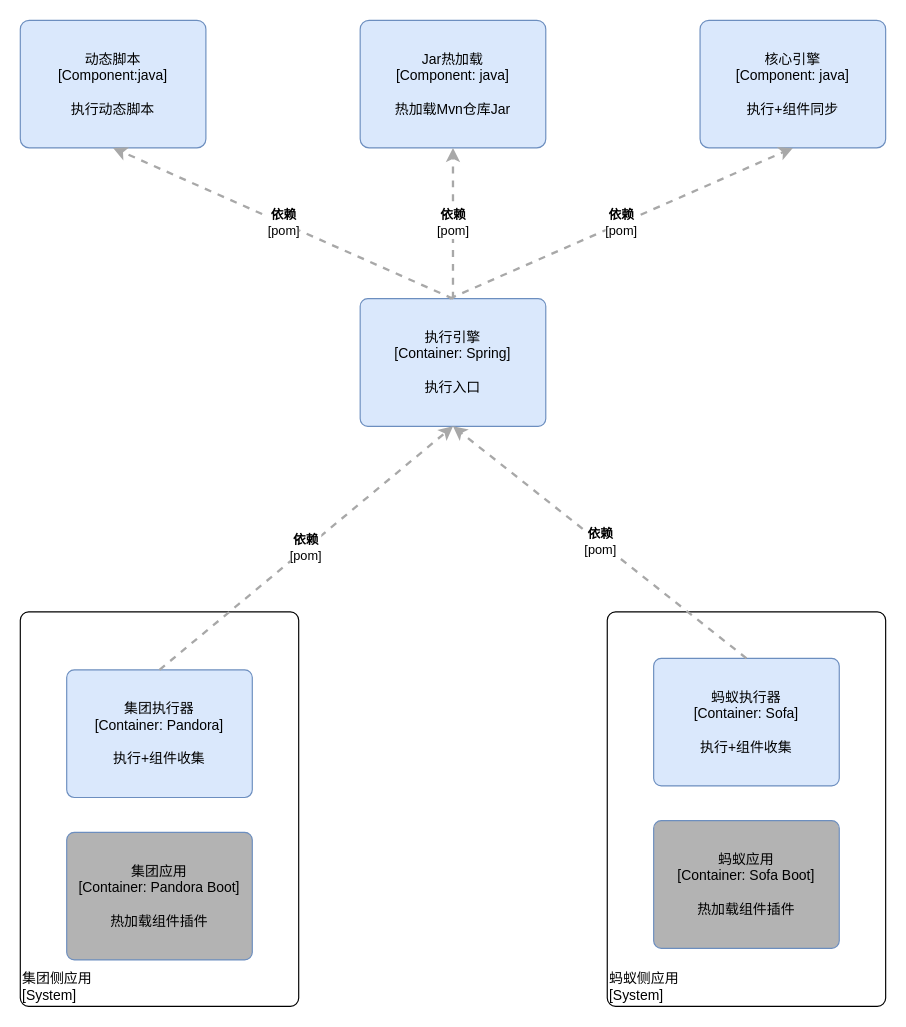
Before: 执行器组件图.drawio in JimmyKsdas/TestPlantForm, a draw.io diagram. Source tidied: cells renumbered, new cells numbered last; positions are measured from the earlier drawing's top-left corner, leaving out a move shared by most shapes. Both pictures are drawn from the tidied source at 116%, with x=0, y=0 at pixel (20, 20).
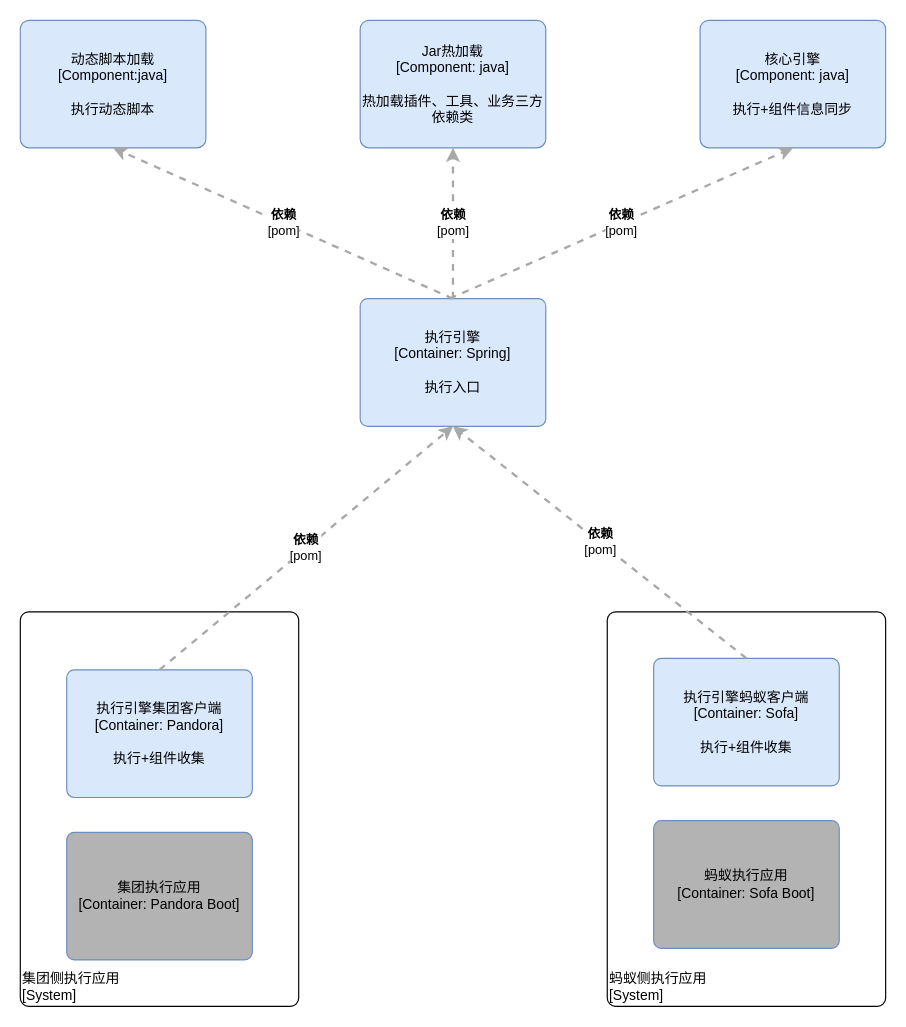
Above is the later version.

Commit message:
Update 执行器组件图.drawio

Change to the diagram source:
```diff
@@
 <mxGraphModel>
   <root>
     <mxCell id="0" />
     <mxCell id="1" parent="0" />
-    <mxCell id="2" value="动态脚本&lt;br&gt;&lt;div&gt;[Component:java&lt;span&gt;]&lt;/span&gt;&lt;/div&gt;&lt;div&gt;&lt;br&gt;&lt;/div&gt;&lt;div&gt;执行动态脚本&lt;/div&gt;" style="rounded=1;whiteSpace=wrap;html=1;labelBackgroundColor=none;fillColor=#dae8fc;fontColor=#000000;align=center;arcSize=7;strokeColor=#6c8ebf;" parent="1" vertex="1">
+    <mxCell id="2" value="动态脚本加载&lt;br&gt;&lt;div&gt;[Component:java&lt;span&gt;]&lt;/span&gt;&lt;/div&gt;&lt;div&gt;&lt;br&gt;&lt;/div&gt;&lt;div&gt;执行动态脚本&lt;/div&gt;" style="rounded=1;whiteSpace=wrap;html=1;labelBackgroundColor=none;fillColor=#dae8fc;fontColor=#000000;align=center;arcSize=7;strokeColor=#6c8ebf;" parent="1" vertex="1">
       <mxGeometry width="160" height="110" as="geometry" />
     </mxCell>
-    <mxCell id="3" value="Jar热加载&lt;br&gt;&lt;div&gt;[Component: java&lt;span&gt;]&lt;/span&gt;&lt;/div&gt;&lt;div&gt;&lt;br&gt;&lt;/div&gt;&lt;div&gt;热加载Mvn仓库Jar&lt;/div&gt;" style="rounded=1;whiteSpace=wrap;html=1;labelBackgroundColor=none;fillColor=#dae8fc;fontColor=#000000;align=center;arcSize=7;strokeColor=#6c8ebf;" parent="1" vertex="1">
+    <mxCell id="3" value="Jar热加载&lt;br&gt;&lt;div&gt;[Component: java&lt;span&gt;]&lt;/span&gt;&lt;/div&gt;&lt;div&gt;&lt;br&gt;&lt;/div&gt;&lt;div&gt;热加载插件、工具、业务三方依赖类&lt;/div&gt;" style="rounded=1;whiteSpace=wrap;html=1;labelBackgroundColor=none;fillColor=#dae8fc;fontColor=#000000;align=center;arcSize=7;strokeColor=#6c8ebf;" parent="1" vertex="1">
       <mxGeometry x="293" width="160" height="110" as="geometry" />
     </mxCell>
-    <mxCell id="4" value="核心引擎&lt;br&gt;&lt;div&gt;[Component: java&lt;span&gt;]&lt;/span&gt;&lt;/div&gt;&lt;div&gt;&lt;br&gt;&lt;/div&gt;&lt;div&gt;执行+组件同步&lt;/div&gt;" style="rounded=1;whiteSpace=wrap;html=1;labelBackgroundColor=none;fillColor=#dae8fc;fontColor=#000000;align=center;arcSize=7;strokeColor=#6c8ebf;" parent="1" vertex="1">
+    <mxCell id="4" value="核心引擎&lt;br&gt;&lt;div&gt;[Component: java&lt;span&gt;]&lt;/span&gt;&lt;/div&gt;&lt;div&gt;&lt;br&gt;&lt;/div&gt;&lt;div&gt;执行+组件信息同步&lt;/div&gt;" style="rounded=1;whiteSpace=wrap;html=1;labelBackgroundColor=none;fillColor=#dae8fc;fontColor=#000000;align=center;arcSize=7;strokeColor=#6c8ebf;" parent="1" vertex="1">
       <mxGeometry x="586" width="160" height="110" as="geometry" />
     </mxCell>
     <mxCell id="5" value="&lt;span&gt;执行引擎&lt;br&gt;&lt;/span&gt;&lt;div&gt;[Container: Spring&lt;span&gt;]&lt;/span&gt;&lt;/div&gt;&lt;div&gt;&lt;br&gt;&lt;/div&gt;&lt;div&gt;执行入口&lt;/div&gt;" style="rounded=1;whiteSpace=wrap;html=1;labelBackgroundColor=none;fillColor=#dae8fc;fontColor=#000000;align=center;arcSize=6;strokeColor=#6c8ebf;" parent="1" vertex="1">
       <mxGeometry x="293" y="240" width="160" height="110" as="geometry" />
     </mxCell>
-    <mxCell id="6" value="&lt;div style=&quot;text-align: left&quot;&gt;集团侧应用&lt;/div&gt;&lt;div style=&quot;text-align: left&quot;&gt;[System]&lt;/div&gt;&lt;div style=&quot;text-align: right&quot;&gt;&lt;/div&gt;" style="rounded=1;whiteSpace=wrap;html=1;labelBackgroundColor=none;fillColor=#ffffff;fontColor=#000000;align=left;arcSize=3;strokeColor=#000000;verticalAlign=bottom;shadow=0;" parent="1" vertex="1">
+    <mxCell id="6" value="&lt;div style=&quot;text-align: left&quot;&gt;集团侧执行应用&lt;/div&gt;&lt;div style=&quot;text-align: left&quot;&gt;[System]&lt;/div&gt;&lt;div style=&quot;text-align: right&quot;&gt;&lt;/div&gt;" style="rounded=1;whiteSpace=wrap;html=1;labelBackgroundColor=none;fillColor=#ffffff;fontColor=#000000;align=left;arcSize=3;strokeColor=#000000;verticalAlign=bottom;shadow=0;" parent="1" vertex="1">
       <mxGeometry y="510" width="240" height="340" as="geometry" />
     </mxCell>
-    <mxCell id="7" value="&lt;span&gt;集团执行器&lt;/span&gt;&lt;div&gt;[Container:&amp;nbsp;&lt;span&gt;Pandora&lt;/span&gt;&lt;span&gt;]&lt;/span&gt;&lt;/div&gt;&lt;div&gt;&lt;br&gt;&lt;/div&gt;&lt;div&gt;执行+组件收集&lt;/div&gt;" style="rounded=1;whiteSpace=wrap;html=1;labelBackgroundColor=none;fillColor=#dae8fc;fontColor=#000000;align=center;arcSize=6;strokeColor=#6c8ebf;shadow=0;" parent="1" vertex="1">
+    <mxCell id="7" value="执行引擎集团客户端&lt;br&gt;&lt;div&gt;[Container:&amp;nbsp;&lt;span&gt;Pandora&lt;/span&gt;&lt;span&gt;]&lt;/span&gt;&lt;/div&gt;&lt;div&gt;&lt;br&gt;&lt;/div&gt;&lt;div&gt;执行+组件收集&lt;/div&gt;" style="rounded=1;whiteSpace=wrap;html=1;labelBackgroundColor=none;fillColor=#dae8fc;fontColor=#000000;align=center;arcSize=6;strokeColor=#6c8ebf;shadow=0;" parent="1" vertex="1">
       <mxGeometry x="40" y="560" width="160" height="110" as="geometry" />
     </mxCell>
-    <mxCell id="8" value="&lt;span&gt;集团应用&lt;/span&gt;&lt;div&gt;[Container:&amp;nbsp;&lt;span&gt;Pandora Boot&lt;/span&gt;&lt;span&gt;]&lt;/span&gt;&lt;/div&gt;&lt;div&gt;&lt;br&gt;&lt;/div&gt;&lt;div&gt;热加载组件插件&lt;/div&gt;" style="rounded=1;whiteSpace=wrap;html=1;labelBackgroundColor=none;fillColor=#B3B3B3;fontColor=#000000;align=center;arcSize=6;strokeColor=#6c8ebf;shadow=0;" parent="1" vertex="1">
+    <mxCell id="8" value="&lt;span&gt;集团执行应用&lt;/span&gt;&lt;div&gt;[Container:&amp;nbsp;&lt;span&gt;Pandora Boot&lt;/span&gt;&lt;span&gt;]&lt;/span&gt;&lt;/div&gt;" style="rounded=1;whiteSpace=wrap;html=1;labelBackgroundColor=none;fillColor=#B3B3B3;fontColor=#000000;align=center;arcSize=6;strokeColor=#6c8ebf;shadow=0;" parent="1" vertex="1">
       <mxGeometry x="40" y="700" width="160" height="110" as="geometry" />
     </mxCell>
-    <mxCell id="9" value="&lt;div style=&quot;text-align: left&quot;&gt;蚂蚁侧应用&lt;/div&gt;&lt;div style=&quot;text-align: left&quot;&gt;[System]&lt;/div&gt;&lt;div style=&quot;text-align: right&quot;&gt;&lt;/div&gt;" style="rounded=1;whiteSpace=wrap;html=1;labelBackgroundColor=none;fillColor=#ffffff;fontColor=#000000;align=left;arcSize=3;strokeColor=#000000;verticalAlign=bottom;shadow=0;" parent="1" vertex="1">
+    <mxCell id="9" value="&lt;div style=&quot;text-align: left&quot;&gt;蚂蚁侧执行应用&lt;/div&gt;&lt;div style=&quot;text-align: left&quot;&gt;[System]&lt;/div&gt;&lt;div style=&quot;text-align: right&quot;&gt;&lt;/div&gt;" style="rounded=1;whiteSpace=wrap;html=1;labelBackgroundColor=none;fillColor=#ffffff;fontColor=#000000;align=left;arcSize=3;strokeColor=#000000;verticalAlign=bottom;shadow=0;" parent="1" vertex="1">
       <mxGeometry x="506" y="510" width="240" height="340" as="geometry" />
     </mxCell>
-    <mxCell id="10" value="&lt;span&gt;蚂蚁执行器&lt;/span&gt;&lt;div&gt;[Container:&amp;nbsp;&lt;span&gt;Sofa&lt;/span&gt;&lt;span&gt;]&lt;/span&gt;&lt;/div&gt;&lt;div&gt;&lt;br&gt;&lt;/div&gt;&lt;div&gt;执行+组件收集&lt;/div&gt;" style="rounded=1;whiteSpace=wrap;html=1;labelBackgroundColor=none;fillColor=#dae8fc;fontColor=#000000;align=center;arcSize=6;strokeColor=#6c8ebf;shadow=0;" parent="1" vertex="1">
+    <mxCell id="10" value="&lt;span&gt;执行引擎蚂蚁客户端&lt;/span&gt;&lt;div&gt;[Container:&amp;nbsp;&lt;span&gt;Sofa&lt;/span&gt;&lt;span&gt;]&lt;/span&gt;&lt;/div&gt;&lt;div&gt;&lt;br&gt;&lt;/div&gt;&lt;div&gt;执行+组件收集&lt;/div&gt;" style="rounded=1;whiteSpace=wrap;html=1;labelBackgroundColor=none;fillColor=#dae8fc;fontColor=#000000;align=center;arcSize=6;strokeColor=#6c8ebf;shadow=0;" parent="1" vertex="1">
       <mxGeometry x="546" y="550" width="160" height="110" as="geometry" />
     </mxCell>
-    <mxCell id="11" value="&lt;span&gt;蚂蚁应用&lt;/span&gt;&lt;div&gt;[Container:&amp;nbsp;&lt;span&gt;Sofa Boot&lt;/span&gt;&lt;span&gt;]&lt;/span&gt;&lt;/div&gt;&lt;div&gt;&lt;br&gt;&lt;/div&gt;&lt;div&gt;热加载组件插件&lt;/div&gt;" style="rounded=1;whiteSpace=wrap;html=1;labelBackgroundColor=none;fillColor=#B3B3B3;fontColor=#000000;align=center;arcSize=6;strokeColor=#6c8ebf;shadow=0;" parent="1" vertex="1">
+    <mxCell id="11" value="&lt;span&gt;蚂蚁执行应用&lt;/span&gt;&lt;div&gt;[Container:&amp;nbsp;&lt;span&gt;Sofa Boot&lt;/span&gt;&lt;span&gt;]&lt;/span&gt;&lt;/div&gt;" style="rounded=1;whiteSpace=wrap;html=1;labelBackgroundColor=none;fillColor=#B3B3B3;fontColor=#000000;align=center;arcSize=6;strokeColor=#6c8ebf;shadow=0;" parent="1" vertex="1">
       <mxGeometry x="546" y="690" width="160" height="110" as="geometry" />
     </mxCell>
     <mxCell id="12" value="&lt;div style=&quot;text-align: left&quot;&gt;&lt;div style=&quot;text-align: center&quot;&gt;&lt;b&gt;依赖&lt;/b&gt;&lt;/div&gt;&lt;div style=&quot;text-align: center&quot;&gt;[pom]&lt;/div&gt;&lt;/div&gt;" style="edgeStyle=none;rounded=0;html=1;entryX=0.5;entryY=1;jettySize=auto;strokeColor=#A8A8A8;strokeWidth=2;fontColor=#000000;jumpStyle=none;dashed=1;entryDx=0;entryDy=0;exitX=0.5;exitY=0;exitDx=0;exitDy=0;" parent="1" edge="1" source="5" target="2">
       <mxGeometry relative="1" as="geometry" />
     </mxCell>
     <mxCell id="13" value="&lt;div style=&quot;text-align: left&quot;&gt;&lt;div style=&quot;text-align: center&quot;&gt;&lt;b&gt;依赖&lt;/b&gt;&lt;/div&gt;&lt;div style=&quot;text-align: center&quot;&gt;[pom]&lt;/div&gt;&lt;/div&gt;" style="edgeStyle=none;rounded=0;html=1;entryX=0.5;entryY=1;jettySize=auto;strokeColor=#A8A8A8;strokeWidth=2;fontColor=#000000;jumpStyle=none;dashed=1;entryDx=0;entryDy=0;exitX=0.5;exitY=0;exitDx=0;exitDy=0;" parent="1" edge="1" source="5" target="3">
       <mxGeometry relative="1" as="geometry" />
     </mxCell>
     <mxCell id="14" value="&lt;div style=&quot;text-align: left&quot;&gt;&lt;div style=&quot;text-align: center&quot;&gt;&lt;b&gt;依赖&lt;/b&gt;&lt;/div&gt;&lt;div style=&quot;text-align: center&quot;&gt;[pom]&lt;/div&gt;&lt;/div&gt;" style="edgeStyle=none;rounded=0;html=1;entryX=0.5;entryY=1;jettySize=auto;strokeColor=#A8A8A8;strokeWidth=2;fontColor=#000000;jumpStyle=none;dashed=1;entryDx=0;entryDy=0;" parent="1" edge="1" target="4">
       <mxGeometry relative="1" as="geometry">
         <mxPoint x="370" y="240" as="sourcePoint" />
       </mxGeometry>
     </mxCell>
     <mxCell id="15" value="&lt;div style=&quot;text-align: left&quot;&gt;&lt;div style=&quot;text-align: center&quot;&gt;&lt;b&gt;依赖&lt;/b&gt;&lt;/div&gt;&lt;div style=&quot;text-align: center&quot;&gt;[pom]&lt;/div&gt;&lt;/div&gt;" style="edgeStyle=none;rounded=0;html=1;entryX=0.5;entryY=1;jettySize=auto;strokeColor=#A8A8A8;strokeWidth=2;fontColor=#000000;jumpStyle=none;dashed=1;entryDx=0;entryDy=0;exitX=0.5;exitY=0;exitDx=0;exitDy=0;" parent="1" edge="1" source="10" target="5">
       <mxGeometry relative="1" as="geometry" />
     </mxCell>
     <mxCell id="16" value="&lt;div style=&quot;text-align: left&quot;&gt;&lt;div style=&quot;text-align: center&quot;&gt;&lt;b&gt;依赖&lt;/b&gt;&lt;/div&gt;&lt;div style=&quot;text-align: center&quot;&gt;[pom]&lt;/div&gt;&lt;/div&gt;" style="edgeStyle=none;rounded=0;html=1;jettySize=auto;strokeColor=#A8A8A8;strokeWidth=2;fontColor=#000000;jumpStyle=none;dashed=1;exitX=0.5;exitY=0;exitDx=0;exitDy=0;entryX=0.5;entryY=1;entryDx=0;entryDy=0;" parent="1" edge="1" source="7" target="5">
       <mxGeometry relative="1" as="geometry" />
     </mxCell>
   </root>
 </mxGraphModel>
```
